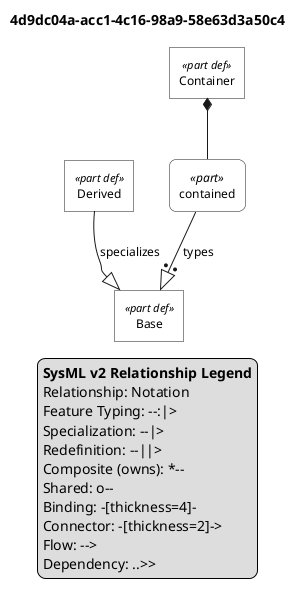
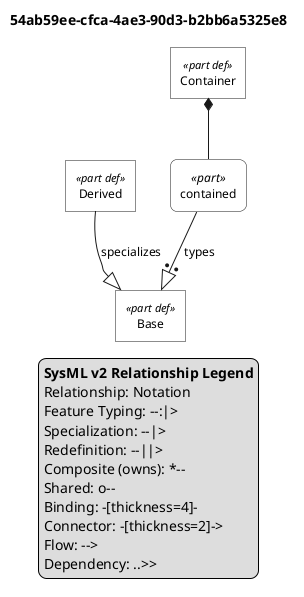
@startuml

skinparam monochrome true
skinparam wrapWidth 300
skinparam defaultFontSize 12
skinparam defaultFontName Helvetica

' Definitions: sharp corners, plain background
skinparam rectangle<<part def>> {
    RoundCorner 0
    BackgroundColor white
    StereotypeFontSize 11
}
skinparam rectangle<<item def>> {
    RoundCorner 0
    BackgroundColor white
}
skinparam rectangle<<attribute def>> {
    RoundCorner 0
    BackgroundColor white
}
skinparam rectangle<<port def>> {
    RoundCorner 0
    BackgroundColor white
}
skinparam rectangle<<action def>> {
    RoundCorner 0
    BackgroundColor white
}
skinparam rectangle<<state def>> {
    RoundCorner 0
    BackgroundColor white
}
skinparam rectangle<<requirement def>> {
    RoundCorner 0
    BackgroundColor white
}
skinparam rectangle<<view def>> {
    RoundCorner 0
    BackgroundColor white
}
skinparam rectangle<<viewpoint def>> {
    RoundCorner 0
    BackgroundColor white
}
skinparam rectangle<<enumeration def>> {
    RoundCorner 0
    BackgroundColor white
}

' Usages: rounded corners, plain background
skinparam rectangle<<part>> {
    RoundCorner 15
    BackgroundColor white
}
skinparam rectangle<<item>> {
    RoundCorner 15
    BackgroundColor white
}
skinparam rectangle<<attribute>> {
    RoundCorner 15
    BackgroundColor white
}
skinparam rectangle<<port>> {
    RoundCorner 15
    BackgroundColor white
}
skinparam rectangle<<action>> {
    RoundCorner 15
    BackgroundColor white
}
skinparam rectangle<<state>> {
    RoundCorner 15
    BackgroundColor white
}
skinparam rectangle<<requirement>> {
    RoundCorner 15
    BackgroundColor white
}
skinparam rectangle<<view>> {
    RoundCorner 15
    BackgroundColor white
}
skinparam rectangle<<viewpoint>> {
    RoundCorner 15
    BackgroundColor white
}
skinparam rectangle<<enumeration>> {
    RoundCorner 15
    BackgroundColor white
}

' Views as folders
skinparam folder<<view def>> {
    BackgroundColor white
}
skinparam folder<<view>> {
    BackgroundColor white
}

top to bottom direction

- title 4d9dc04a-acc1-4c16-98a9-58e63d3a50c4
+ title 54ab59ee-cfca-4ae3-90d3-b2bb6a5325e8

hide circle

rectangle "Base" as E1 <<part def>>
rectangle "Derived" as E2 <<part def>>
rectangle "Container" as E3 <<part def>>
rectangle "contained" as E4 <<part>>

E2 --|> E1 : specializes
E3 *-- E4
E4 --:|> E1 : types

legend right
  <b>SysML v2 Relationship Legend</b>
  Relationship: Notation
  Feature Typing: --:|>
  Specialization: --|>
  Redefinition: --||>
  Composite (owns): *--
  Shared: o--
  Binding: -[thickness=4]-
  Connector: -[thickness=2]->
  Flow: -->
  Dependency: ..>>
endlegend

@enduml